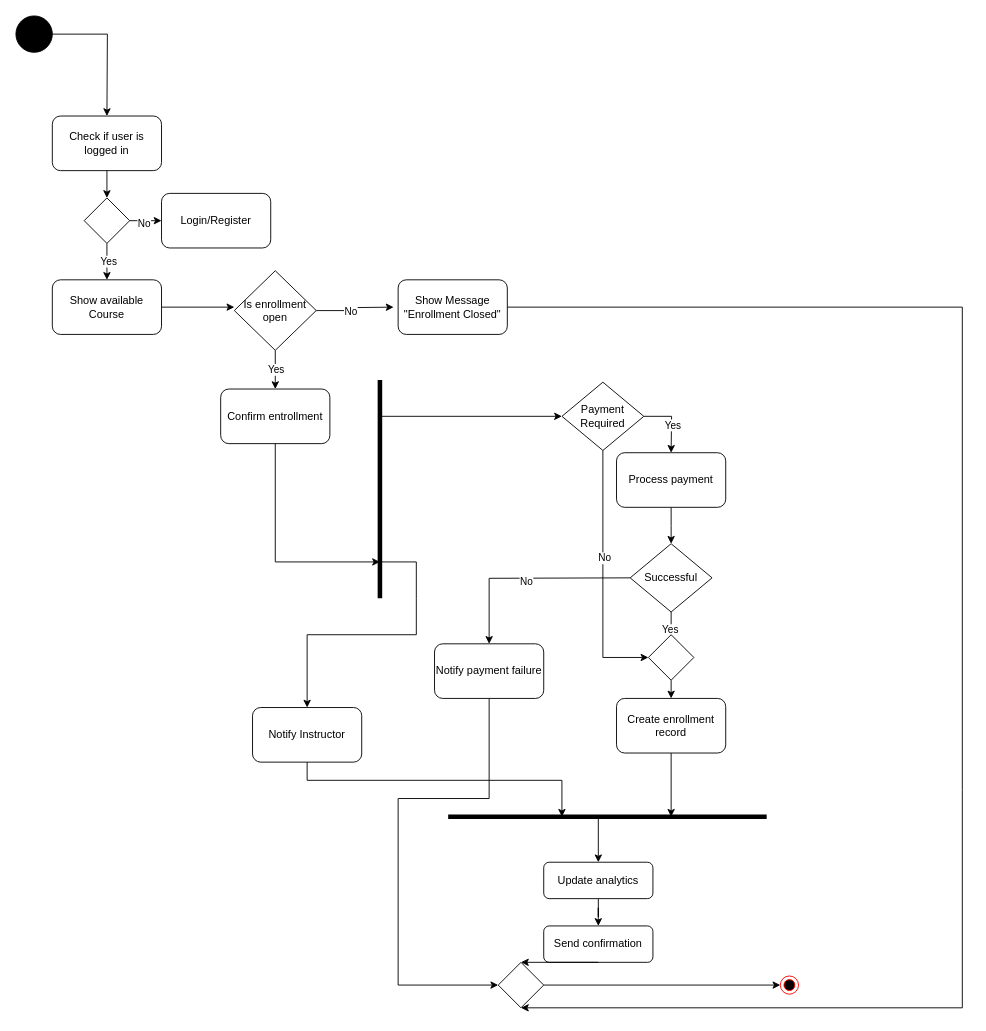
Above: lab 6/Source files/Activitydiagram.drawio in Youssufathalla/Programming-2 (draw.io), before the change. Source tidied: cells renumbered, new cells numbered last; positions are measured from the earlier drawing's top-left corner, leaving out a move shared by most shapes. Both pictures are drawn from the tidied source at 91%, with x=0, y=0 at pixel (15, 15).
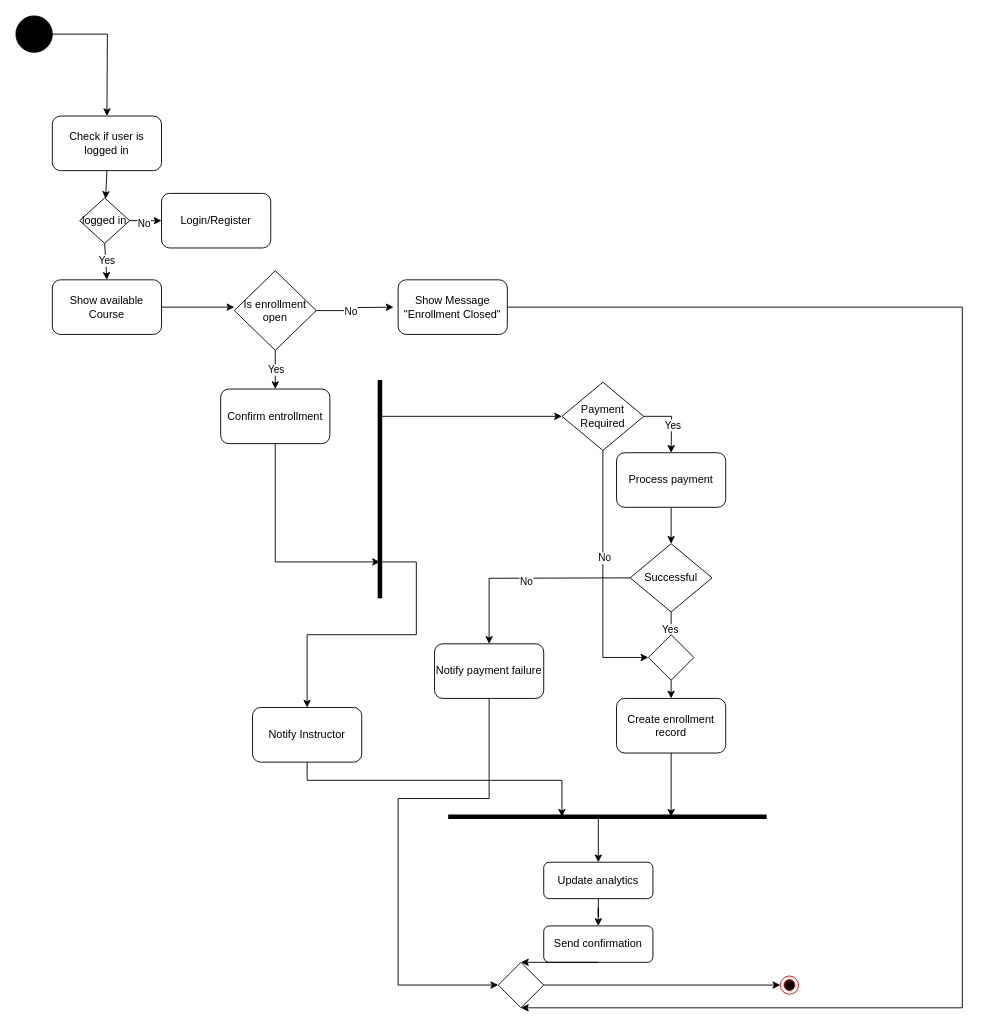
After the change.

What changed in the source:
```diff
@@
-    <mxCell id="6" style="rhombus;whiteSpace=wrap;html=1;" parent="1" vertex="1">
-      <mxGeometry x="75" y="200" width="50" height="50" as="geometry" />
+    <mxCell id="6" value="logged in" style="rhombus;whiteSpace=wrap;html=1;" parent="1" vertex="1">
+      <mxGeometry x="70" y="200" width="55" height="50" as="geometry" />
     </mxCell>
```
